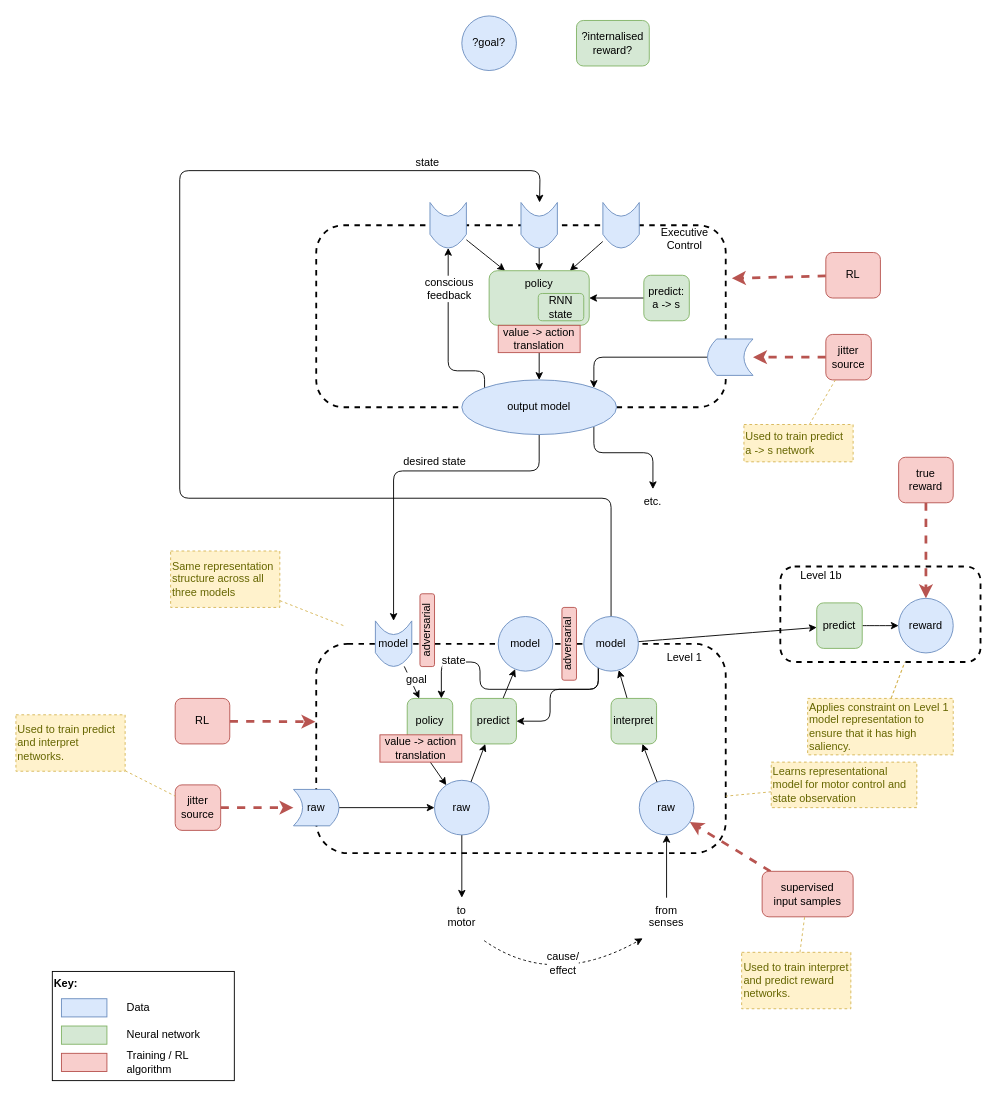
The draw.io diagram page "complete" (1 of 2) of files/An-agi-architecture-v1.drawio in malcolmlett/malcolmlett.github.io, before the edit. Source tidied: cells renumbered, new cells numbered last; positions are measured from the earlier drawing's top-left corner, leaving out a move shared by most shapes. Both pictures are drawn from the tidied source at 91%, with x=0, y=0 at pixel (15, 15).
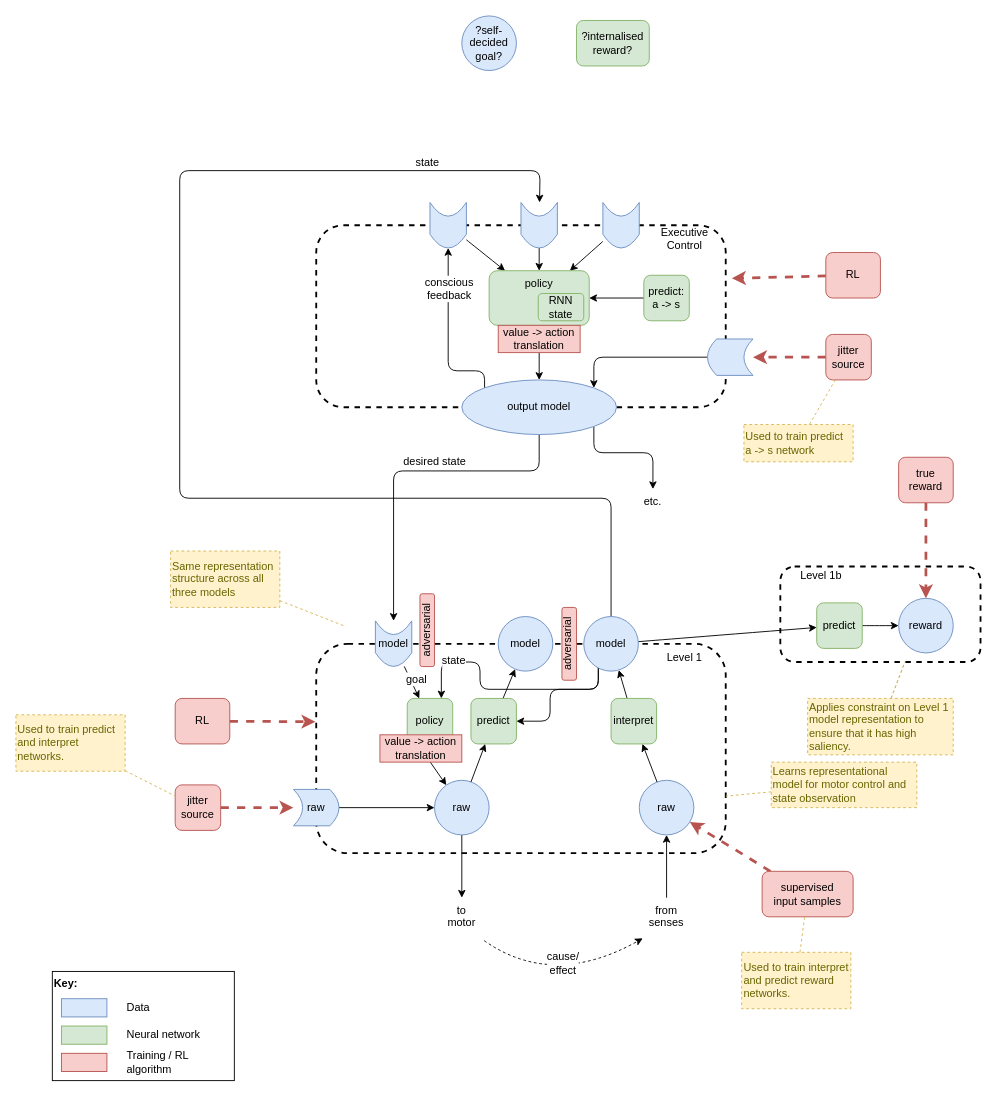
Above is the later version.

Commit message (it also covers changes not shown here):
AGI architecture v1 - Added another scan

Diff of the diagram source:
```diff
@@
-    <mxCell id="89" value="?goal?" style="ellipse;whiteSpace=wrap;html=1;rounded=1;strokeWidth=1;fillColor=#dae8fc;strokeColor=#6c8ebf;" parent="1" vertex="1">
+    <mxCell id="89" value="?self-decided goal?" style="ellipse;whiteSpace=wrap;html=1;rounded=1;strokeWidth=1;fillColor=#dae8fc;strokeColor=#6c8ebf;" parent="1" vertex="1">
       <mxGeometry x="490" width="60" height="60" as="geometry" />
     </mxCell>
```
